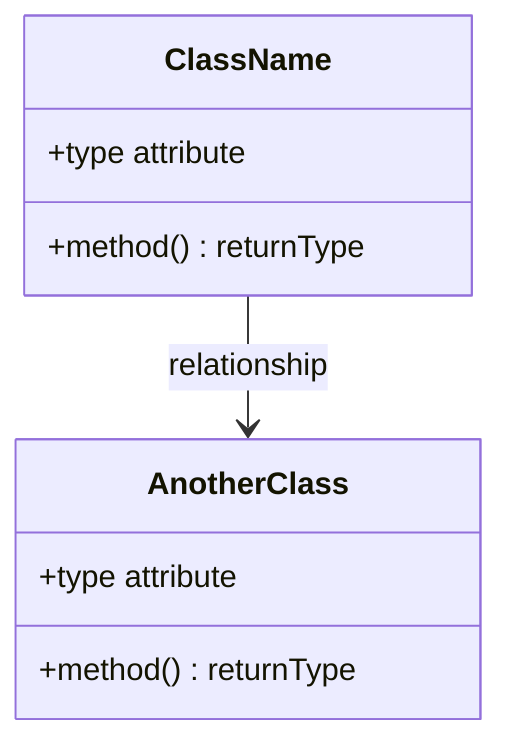
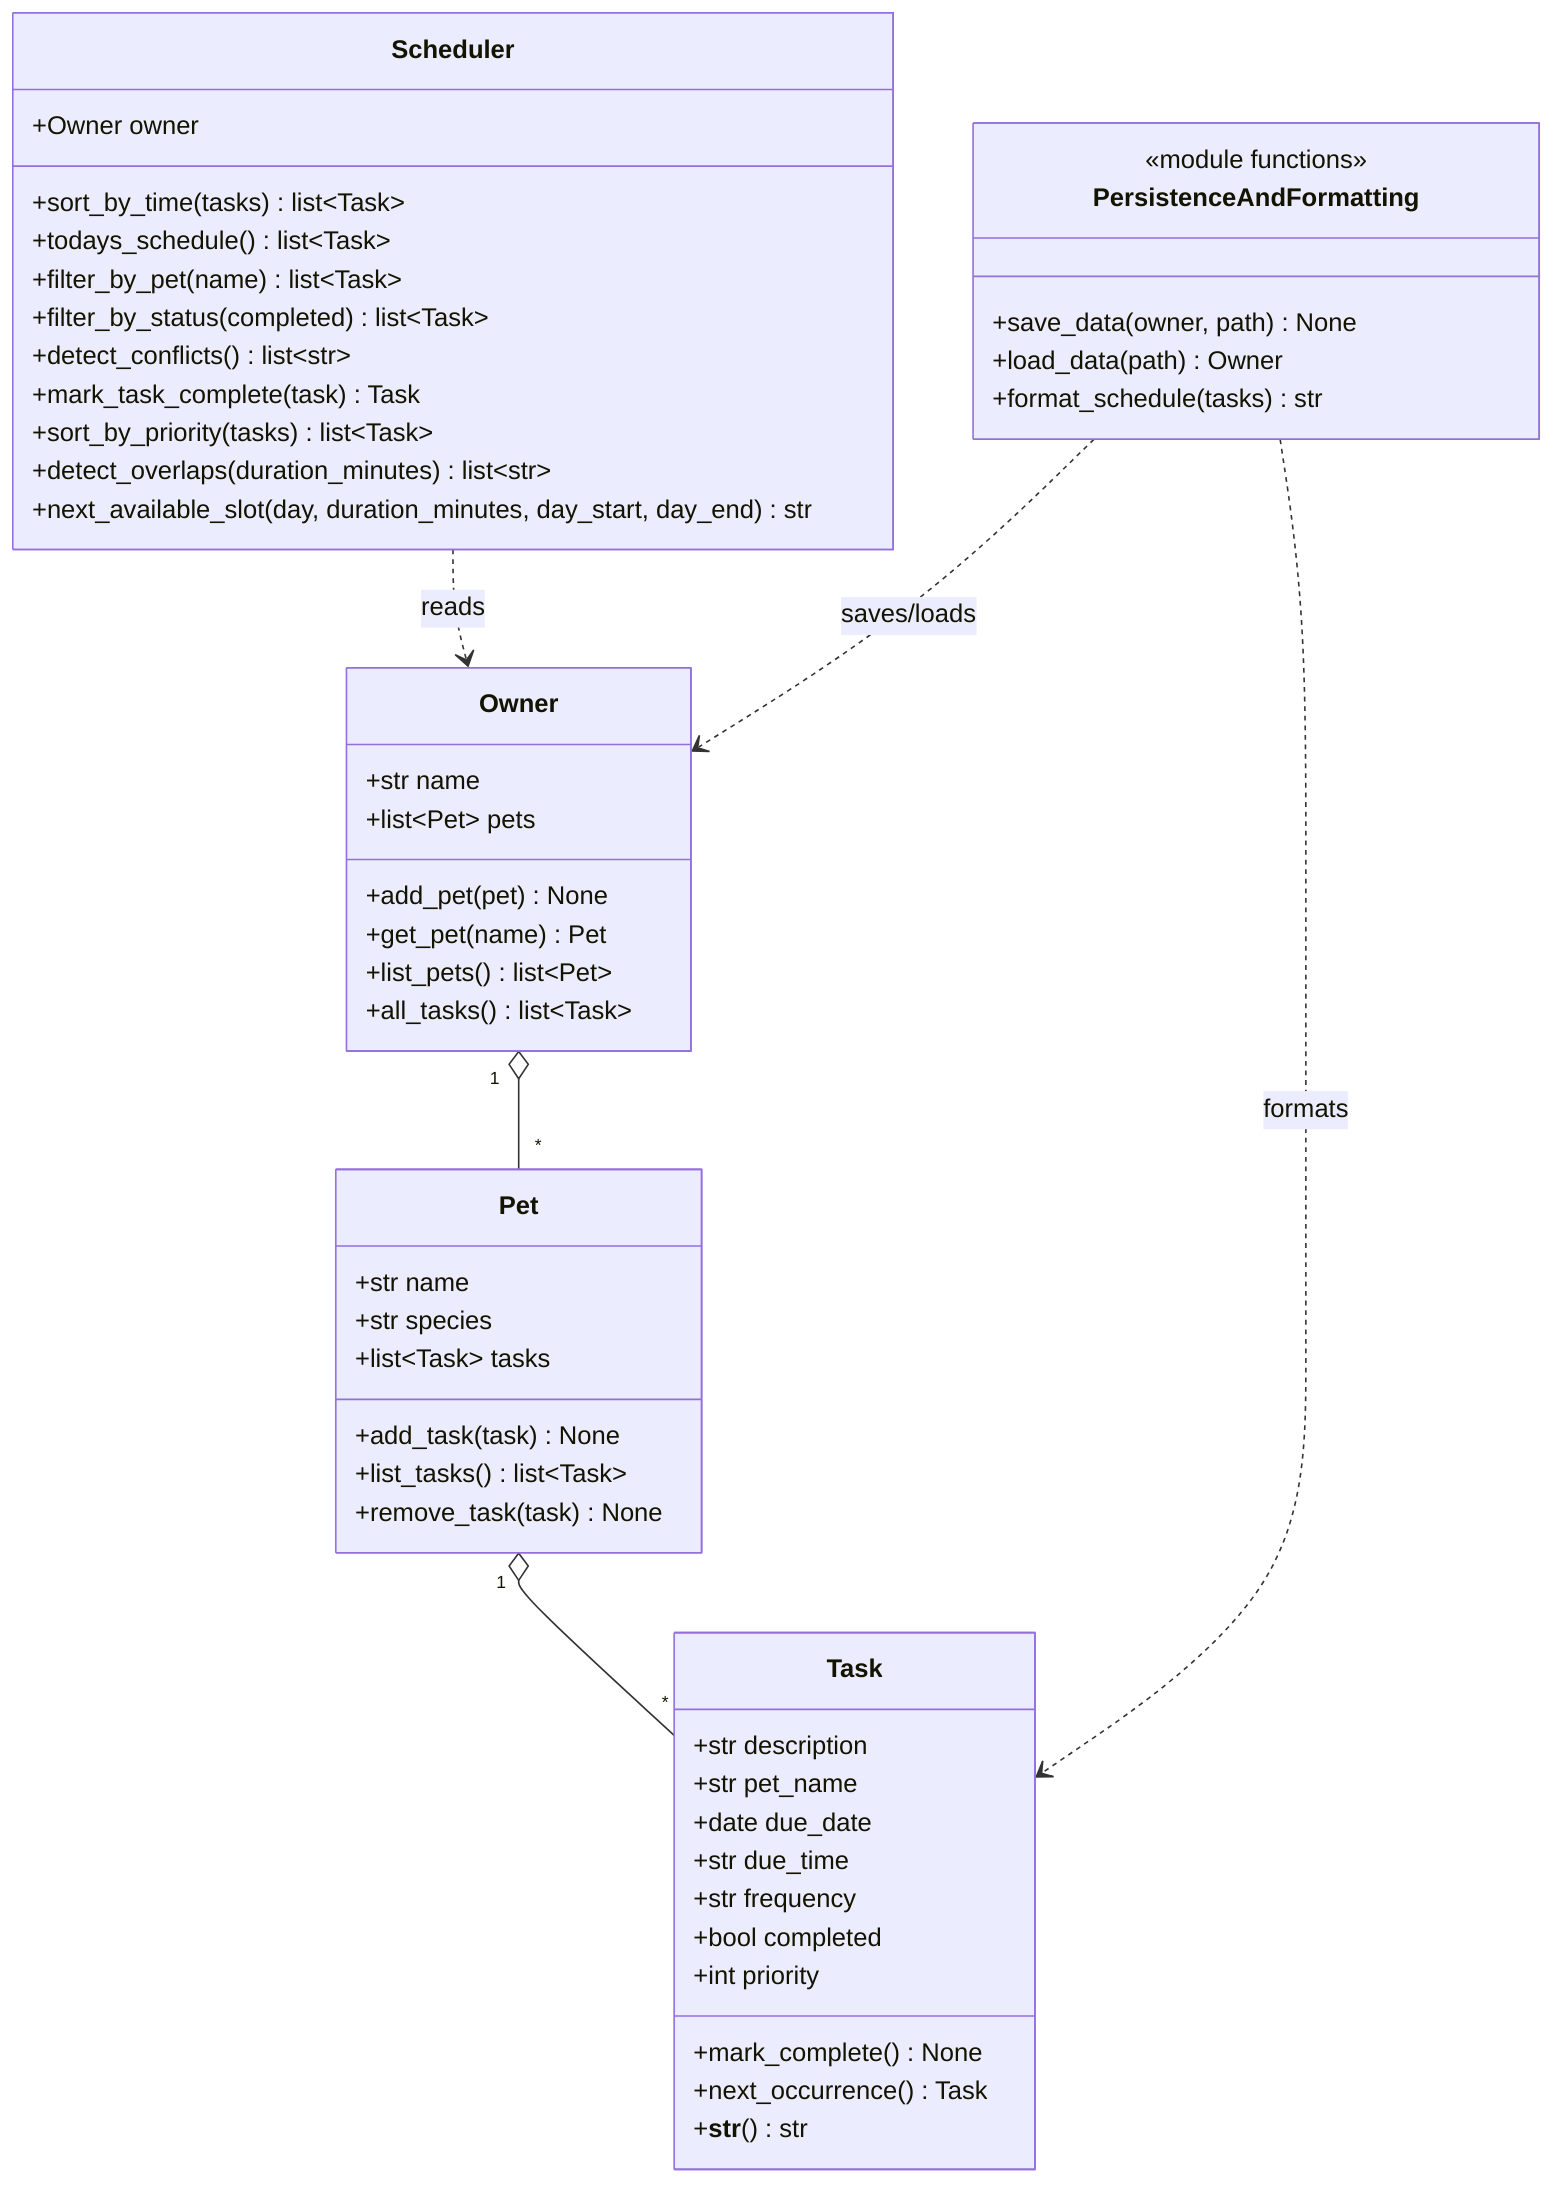
classDiagram
-     %% Replace the placeholders below with your actual classes, attributes, methods, and relationships.
-     %% Keep this file updated so it matches your final implementation.
+     %% PawPal+ final design: matches the finished pawpal_system.py,
+     %% including bonus algorithms, persistence, and formatting helpers.

-     class ClassName {
-         +type attribute
-         +method() returnType
+     class Owner {
+         +str name
+         +list~Pet~ pets
+         +add_pet(pet) None
+         +get_pet(name) Pet
+         +list_pets() list~Pet~
+         +all_tasks() list~Task~
    }

-     class AnotherClass {
-         +type attribute
-         +method() returnType
+     class Pet {
+         +str name
+         +str species
+         +list~Task~ tasks
+         +add_task(task) None
+         +list_tasks() list~Task~
+         +remove_task(task) None
    }

-     ClassName --> AnotherClass : relationship
+     class Task {
+         +str description
+         +str pet_name
+         +date due_date
+         +str due_time
+         +str frequency
+         +bool completed
+         +int priority
+         +mark_complete() None
+         +next_occurrence() Task
+         +__str__() str
+     }
+ 
+     class Scheduler {
+         +Owner owner
+         +sort_by_time(tasks) list~Task~
+         +todays_schedule() list~Task~
+         +filter_by_pet(name) list~Task~
+         +filter_by_status(completed) list~Task~
+         +detect_conflicts() list~str~
+         +mark_task_complete(task) Task
+         +sort_by_priority(tasks) list~Task~
+         +detect_overlaps(duration_minutes) list~str~
+         +next_available_slot(day, duration_minutes, day_start, day_end) str
+     }
+ 
+     class PersistenceAndFormatting {
+         <<module functions>>
+         +save_data(owner, path) None
+         +load_data(path) Owner
+         +format_schedule(tasks) str
+     }
+ 
+     Owner "1" o-- "*" Pet
+     Pet "1" o-- "*" Task
+     Scheduler ..> Owner : reads
+     PersistenceAndFormatting ..> Owner : saves/loads
+     PersistenceAndFormatting ..> Task : formats
